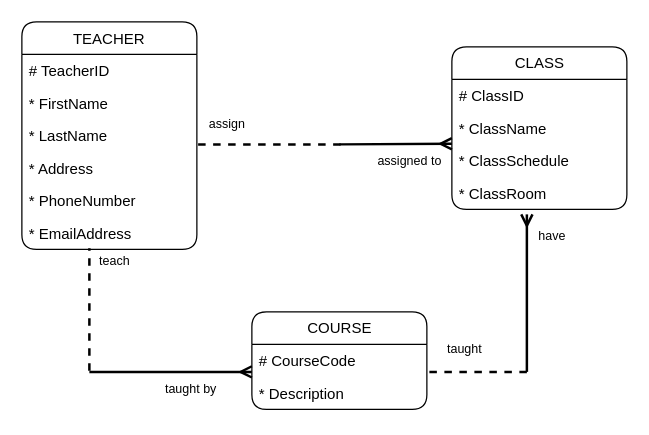
iamdaniaph/ERD keeps this draw.io diagram as Teacher-class-course.drawio. Above is the earlier version. Source tidied: cells renumbered, new cells numbered last; positions are measured from the earlier drawing's top-left corner, leaving out a move shared by most shapes. Both pictures are drawn from the tidied source at 125%, with x=0, y=0 at pixel (21, 21).
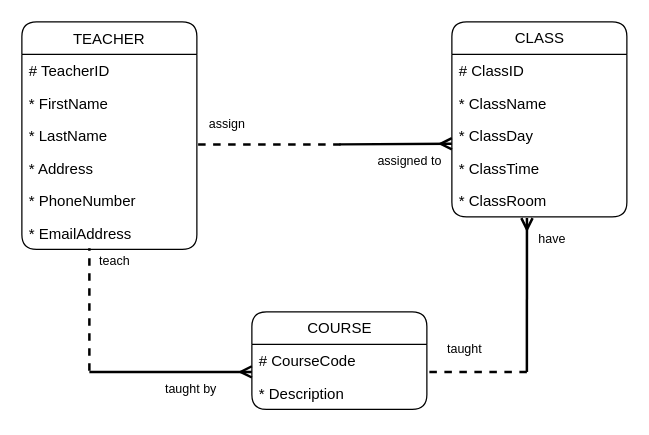
The same page after the edit.

What changed in the source:
```diff
@@
     <mxCell id="9" value="CLASS" style="swimlane;fontStyle=0;horizontal=1;startSize=26;rounded=1;verticalAlign=middle;html=1;" parent="1" vertex="1">
-      <mxGeometry x="344" y="20" width="140" height="130" as="geometry" />
+      <mxGeometry x="344" width="140" height="156" as="geometry" />
     </mxCell>
@@
-    <mxCell id="12" value="* ClassSchedule" style="text;strokeColor=none;fillColor=none;align=left;verticalAlign=top;spacingLeft=4;spacingRight=4;overflow=hidden;" parent="9" vertex="1">
+    <mxCell id="12" value="* ClassDay" style="text;strokeColor=none;fillColor=none;align=left;verticalAlign=top;spacingLeft=4;spacingRight=4;overflow=hidden;" parent="9" vertex="1">
       <mxGeometry y="78" width="140" height="26" as="geometry" />
     </mxCell>
-    <mxCell id="13" value="* ClassRoom" style="text;strokeColor=none;fillColor=none;align=left;verticalAlign=top;spacingLeft=4;spacingRight=4;overflow=hidden;" parent="9" vertex="1">
+    <mxCell id="13" value="* ClassTime" style="text;strokeColor=none;fillColor=none;align=left;verticalAlign=top;spacingLeft=4;spacingRight=4;overflow=hidden;" parent="9" vertex="1">
       <mxGeometry y="104" width="140" height="26" as="geometry" />
     </mxCell>
+    <mxCell id="23" value="* ClassRoom" style="text;strokeColor=none;fillColor=none;align=left;verticalAlign=top;spacingLeft=4;spacingRight=4;overflow=hidden;points=[[0,0.5],[1,0.5]];portConstraint=eastwest;" parent="9" vertex="1">
+      <mxGeometry y="130" width="140" height="26" as="geometry" />
+    </mxCell>
@@
-    <mxCell id="19" value="have" style="html=1;verticalAlign=bottom;endArrow=ERmany;fontSize=10;sourcePerimeterSpacing=1;targetPerimeterSpacing=3;strokeWidth=2;endFill=0;" parent="1" edge="1">
+    <mxCell id="19" value="have" style="html=1;verticalAlign=bottom;endArrow=ERmany;fontSize=10;sourcePerimeterSpacing=1;targetPerimeterSpacing=3;strokeWidth=2;endFill=0;entryX=0.429;entryY=1.038;entryDx=0;entryDy=0;entryPerimeter=0;" parent="1" edge="1" target="23">
       <mxGeometry x="0.59" y="-20" relative="1" as="geometry">
         <mxPoint x="404" y="280" as="sourcePoint" />
-        <mxPoint x="404" y="154" as="targetPoint" />
       </mxGeometry>
     </mxCell>
```
